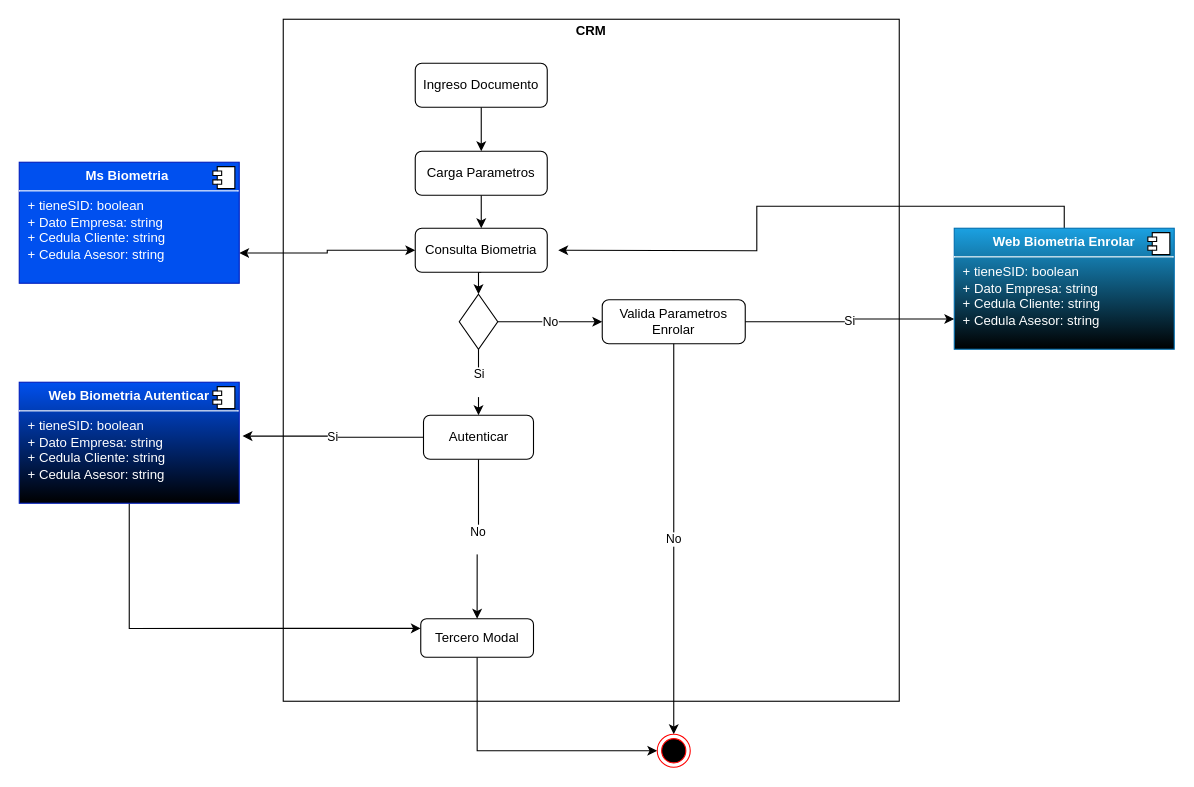
Above: page "Biometria" (1 of 2) of Biometria.drawio in faberordonez1/diagramas (draw.io), before the change. Source tidied: cells renumbered, new cells numbered last; positions are measured from the earlier drawing's top-left corner, leaving out a move shared by most shapes. Both pictures are drawn from the tidied source at 110%, with x=0, y=0 at pixel (19, 19).
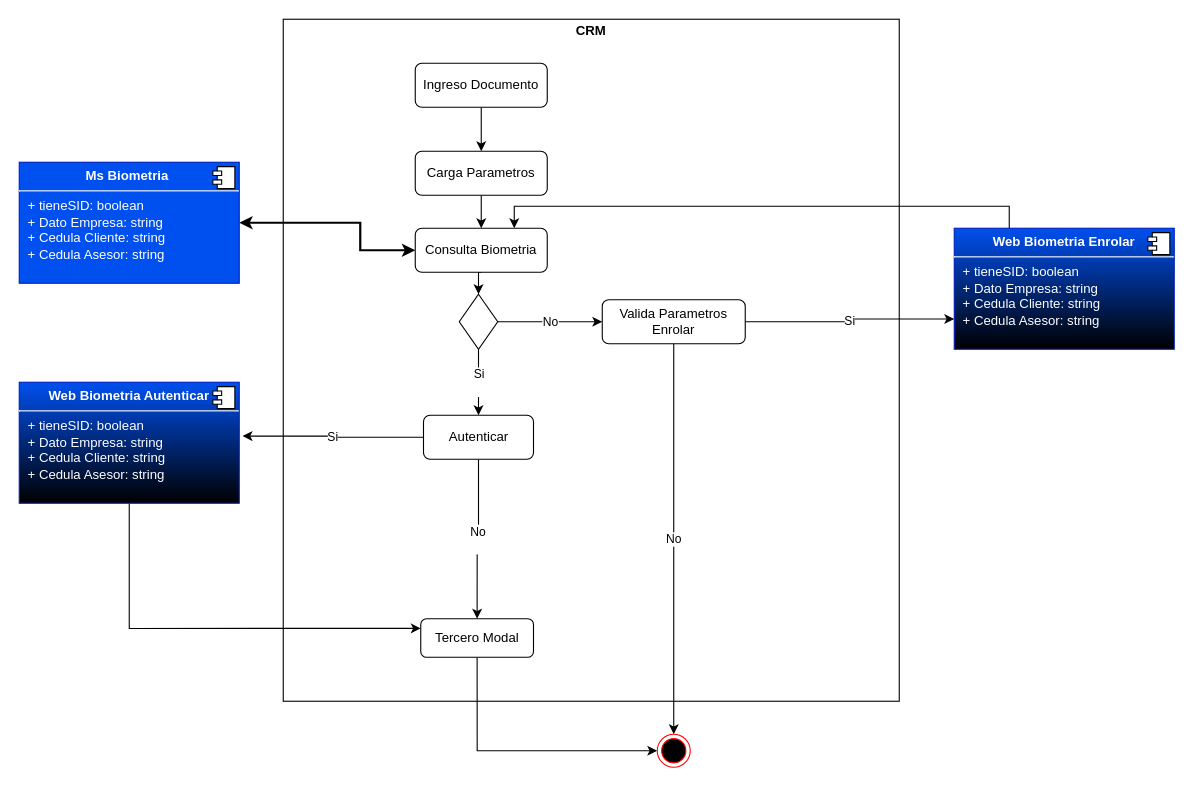
The same diagram, later.

Unchanged cells that the change refers to:
```xml
<mxCell id="13" value="Consulta Biometria" style="rounded=1;whiteSpace=wrap;html=1;" parent="1" vertex="1">
  <mxGeometry x="360" y="190" width="120" height="40" as="geometry" />
</mxCell>
<mxCell id="29" value="&lt;p style=&quot;margin:0px;margin-top:6px;text-align:center;&quot;&gt;&lt;b&gt;Ms Biometria&amp;nbsp;&lt;/b&gt;&lt;/p&gt;&lt;hr size=&quot;1&quot; style=&quot;border-style:solid;&quot;&gt;&lt;p style=&quot;margin:0px;margin-left:8px;&quot;&gt;+ tieneSID: boolean&lt;br&gt;+ Dato Empresa: string&lt;/p&gt;&lt;p style=&quot;margin:0px;margin-left:8px;&quot;&gt;+ Cedula Cliente: string&lt;/p&gt;&lt;p style=&quot;margin:0px;margin-left:8px;&quot;&gt;+ Cedula Asesor: string&lt;/p&gt;" style="align=left;overflow=fill;html=1;whiteSpace=wrap;fillColor=#0050ef;fontColor=#ffffff;strokeColor=#001DBC;" parent="1" vertex="1">
  <mxGeometry y="130" width="200" height="110" as="geometry" />
</mxCell>
```

Diff of the diagram source:
```diff
@@
-    <mxCell id="2" value="&lt;p style=&quot;margin:0px;margin-top:4px;text-align:center;&quot;&gt;&lt;b&gt;CRM&lt;/b&gt;&lt;/p&gt;" style="verticalAlign=top;align=left;overflow=fill;html=1;whiteSpace=wrap;" parent="1" vertex="1">
+    <mxCell id="2" value="&lt;p style=&quot;margin:0px;margin-top:4px;text-align:center;&quot;&gt;&lt;b&gt;CRM&lt;/b&gt;&lt;/p&gt;" style="verticalAlign=top;align=left;overflow=fill;html=1;whiteSpace=wrap;fillColor=none;" parent="1" vertex="1">
       <mxGeometry x="240" width="560" height="620" as="geometry" />
     </mxCell>
@@
-    <mxCell id="12" style="edgeStyle=orthogonalEdgeStyle;rounded=0;jettySize=auto;html=1;exitX=0;exitY=0.5;exitDx=0;exitDy=0;entryX=1;entryY=0.75;entryDx=0;entryDy=0;startArrow=classic;startFill=1;" parent="1" edge="1" source="13" target="29">
-      <mxGeometry relative="1" as="geometry" />
+    <mxCell id="12" style="rounded=0;jettySize=auto;html=1;exitX=0;exitY=0.5;exitDx=0;exitDy=0;startArrow=classic;startFill=1;edgeStyle=orthogonalEdgeStyle;entryX=1;entryY=0.5;entryDx=0;entryDy=0;strokeWidth=2;" parent="1" edge="1" source="13" target="29">
+      <mxGeometry relative="1" as="geometry">
+        <Array as="points">
+          <mxPoint x="310" y="210" />
+          <mxPoint x="310" y="185" />
+        </Array>
+      </mxGeometry>
     </mxCell>
@@
-    <mxCell id="19" style="edgeStyle=orthogonalEdgeStyle;rounded=0;jettySize=auto;html=1;exitX=0.5;exitY=0;exitDx=0;exitDy=0;" parent="1" edge="1" source="20">
-      <mxGeometry relative="1" as="geometry">
-        <mxPoint x="490" y="210" as="targetPoint" />
-      </mxGeometry>
+    <mxCell id="19" style="edgeStyle=orthogonalEdgeStyle;rounded=0;jettySize=auto;html=1;entryX=0.75;entryY=0;entryDx=0;entryDy=0;exitX=0.25;exitY=0;exitDx=0;exitDy=0;" parent="1" edge="1" source="20" target="13">
+      <mxGeometry relative="1" as="geometry" />
     </mxCell>
-    <mxCell id="20" value="&lt;p style=&quot;margin:0px;margin-top:6px;text-align:center;&quot;&gt;&lt;b&gt;Web Biometria Enrolar&lt;/b&gt;&lt;/p&gt;&lt;hr size=&quot;1&quot; style=&quot;border-style:solid;&quot;&gt;&lt;p style=&quot;margin:0px;margin-left:8px;&quot;&gt;+ tieneSID: boolean&lt;br&gt;+ Dato Empresa: string&lt;/p&gt;&lt;p style=&quot;margin:0px;margin-left:8px;&quot;&gt;+ Cedula Cliente: string&lt;/p&gt;&lt;p style=&quot;margin:0px;margin-left:8px;&quot;&gt;+ Cedula Asesor: string&lt;/p&gt;" style="align=left;overflow=fill;html=1;whiteSpace=wrap;fillColor=#1ba1e2;fontColor=#ffffff;strokeColor=#006EAF;gradientColor=default;" parent="1" vertex="1">
+    <mxCell id="20" value="&lt;p style=&quot;margin:0px;margin-top:6px;text-align:center;&quot;&gt;&lt;b&gt;Web Biometria Enrolar&lt;/b&gt;&lt;/p&gt;&lt;hr size=&quot;1&quot; style=&quot;border-style:solid;&quot;&gt;&lt;p style=&quot;margin:0px;margin-left:8px;&quot;&gt;+ tieneSID: boolean&lt;br&gt;+ Dato Empresa: string&lt;/p&gt;&lt;p style=&quot;margin:0px;margin-left:8px;&quot;&gt;+ Cedula Cliente: string&lt;/p&gt;&lt;p style=&quot;margin:0px;margin-left:8px;&quot;&gt;+ Cedula Asesor: string&lt;/p&gt;" style="align=left;overflow=fill;html=1;whiteSpace=wrap;fillColor=#0050ef;fontColor=#ffffff;strokeColor=#001DBC;gradientColor=default;" parent="1" vertex="1">
       <mxGeometry x="850" y="190" width="200" height="110" as="geometry" />
     </mxCell>
```
